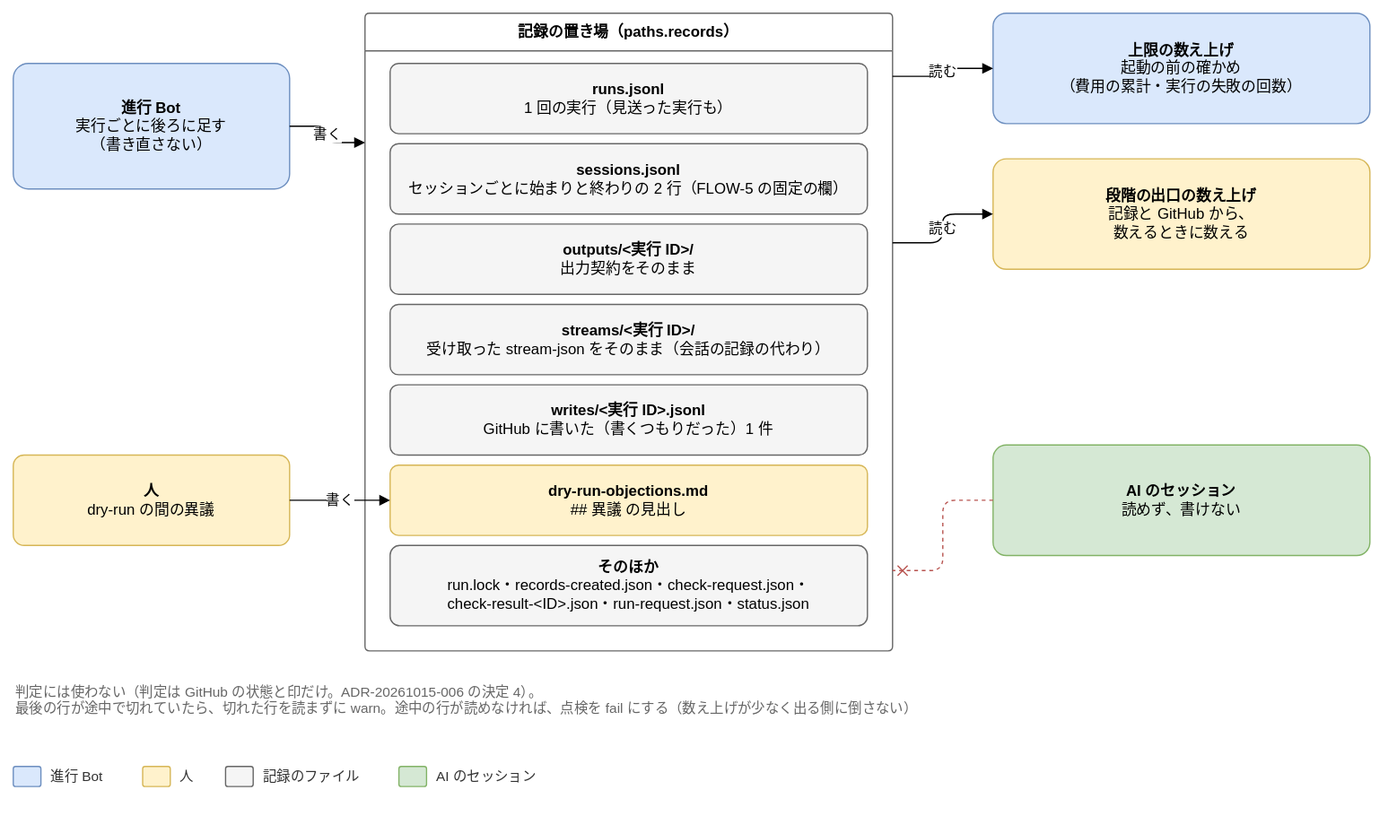
This is docs/design/basic/diagrams/02-records.drawio.svg from Joymerrevent/dev-autopilot, a draw.io export, as it was before one commit. Source tidied: cells renumbered, new cells last; positions are measured from the earlier drawing's top-left corner, leaving out a move shared by most shapes.
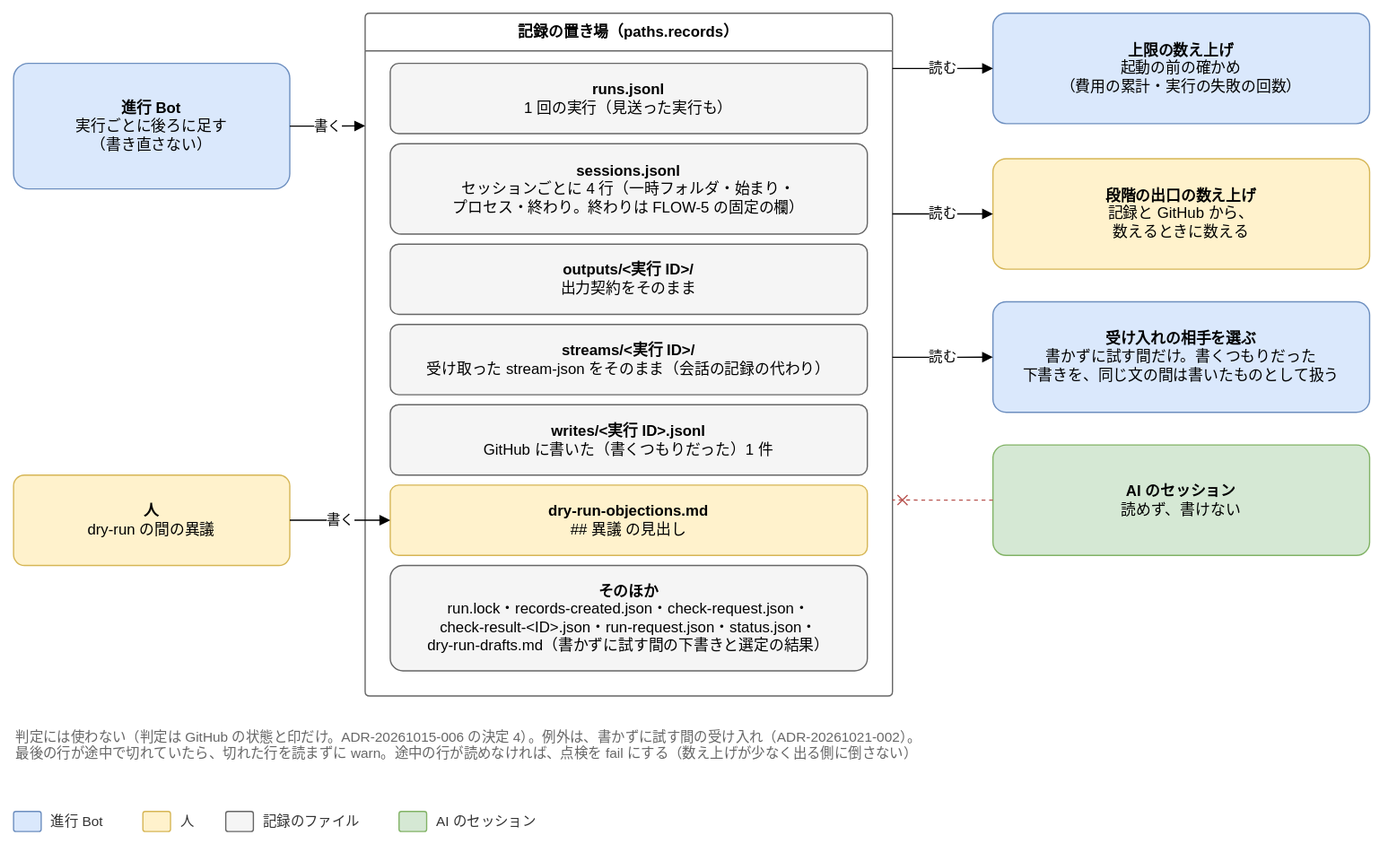
After the commit.

Change to the diagram source:
```diff
@@ -6,30 +6,30 @@
       <mxGeometry y="40" width="220" height="100" as="geometry" />
     </mxCell>
     <mxCell id="3" value="&lt;b&gt;人&lt;/b&gt;&lt;br&gt;dry-run の間の異議" style="rounded=1;whiteSpace=wrap;html=1;fontSize=12;arcSize=12;spacing=12;fillColor=#fff2cc;strokeColor=#d6b656;" parent="1" vertex="1">
-      <mxGeometry y="352" width="220" height="72" as="geometry" />
+      <mxGeometry y="368" width="220" height="72" as="geometry" />
     </mxCell>
     <mxCell id="4" value="記録の置き場（paths.records）" style="swimlane;startSize=30;html=1;whiteSpace=wrap;rounded=1;arcSize=4;fontStyle=1;fontSize=12;strokeColor=#666666;fillColor=none;swimlaneFillColor=none;" parent="1" vertex="1">
-      <mxGeometry x="280" width="420" height="508" as="geometry" />
+      <mxGeometry x="280" width="420" height="544" as="geometry" />
     </mxCell>
     <mxCell id="5" value="&lt;b&gt;runs.jsonl&lt;/b&gt;&lt;br&gt;1 回の実行（見送った実行も）" style="rounded=1;whiteSpace=wrap;html=1;fontSize=12;arcSize=12;spacing=12;fillColor=#f5f5f5;strokeColor=#666666;" parent="1" vertex="1">
       <mxGeometry x="300" y="40" width="380" height="56" as="geometry" />
     </mxCell>
-    <mxCell id="6" value="&lt;b&gt;sessions.jsonl&lt;/b&gt;&lt;br&gt;セッションごとに始まりと終わりの 2 行（FLOW-5 の固定の欄）" style="rounded=1;whiteSpace=wrap;html=1;fontSize=12;arcSize=12;spacing=12;fillColor=#f5f5f5;strokeColor=#666666;" parent="1" vertex="1">
-      <mxGeometry x="300" y="104" width="380" height="56" as="geometry" />
+    <mxCell id="6" value="&lt;b&gt;sessions.jsonl&lt;/b&gt;&lt;br&gt;セッションごとに 4 行（一時フォルダ・始まり・&lt;br&gt;プロセス・終わり。終わりは FLOW-5 の固定の欄）" style="rounded=1;whiteSpace=wrap;html=1;fontSize=12;arcSize=12;spacing=12;fillColor=#f5f5f5;strokeColor=#666666;" parent="1" vertex="1">
+      <mxGeometry x="300" y="104" width="380" height="72" as="geometry" />
     </mxCell>
     <mxCell id="7" value="&lt;b&gt;outputs/&amp;lt;実行 ID&amp;gt;/&lt;/b&gt;&lt;br&gt;出力契約をそのまま" style="rounded=1;whiteSpace=wrap;html=1;fontSize=12;arcSize=12;spacing=12;fillColor=#f5f5f5;strokeColor=#666666;" parent="1" vertex="1">
-      <mxGeometry x="300" y="168" width="380" height="56" as="geometry" />
+      <mxGeometry x="300" y="184" width="380" height="56" as="geometry" />
     </mxCell>
     <mxCell id="8" value="&lt;b&gt;streams/&amp;lt;実行 ID&amp;gt;/&lt;/b&gt;&lt;br&gt;受け取った stream-json をそのまま（会話の記録の代わり）" style="rounded=1;whiteSpace=wrap;html=1;fontSize=12;arcSize=12;spacing=12;fillColor=#f5f5f5;strokeColor=#666666;" parent="1" vertex="1">
-      <mxGeometry x="300" y="232" width="380" height="56" as="geometry" />
+      <mxGeometry x="300" y="248" width="380" height="56" as="geometry" />
     </mxCell>
     <mxCell id="9" value="&lt;b&gt;writes/&amp;lt;実行 ID&amp;gt;.jsonl&lt;/b&gt;&lt;br&gt;GitHub に書いた（書くつもりだった）1 件" style="rounded=1;whiteSpace=wrap;html=1;fontSize=12;arcSize=12;spacing=12;fillColor=#f5f5f5;strokeColor=#666666;" parent="1" vertex="1">
-      <mxGeometry x="300" y="296" width="380" height="56" as="geometry" />
+      <mxGeometry x="300" y="312" width="380" height="56" as="geometry" />
     </mxCell>
     <mxCell id="10" value="&lt;b&gt;dry-run-objections.md&lt;/b&gt;&lt;br&gt;## 異議 の見出し" style="rounded=1;whiteSpace=wrap;html=1;fontSize=12;arcSize=12;spacing=12;fillColor=#fff2cc;strokeColor=#d6b656;" parent="1" vertex="1">
-      <mxGeometry x="300" y="360" width="380" height="56" as="geometry" />
+      <mxGeometry x="300" y="376" width="380" height="56" as="geometry" />
     </mxCell>
-    <mxCell id="11" value="書く" style="edgeStyle=orthogonalEdgeStyle;rounded=1;html=1;endArrow=block;endFill=1;fontSize=11;labelBackgroundColor=#ffffff;exitX=1;exitY=0.5;exitDx=0;exitDy=0;entryX=0;entryY=0.203;entryDx=0;entryDy=0;" parent="1" edge="1" source="2" target="4">
+    <mxCell id="11" value="書く" style="edgeStyle=orthogonalEdgeStyle;rounded=1;html=1;endArrow=block;endFill=1;fontSize=11;labelBackgroundColor=#ffffff;exitX=1;exitY=0.5;exitDx=0;exitDy=0;entryX=0;entryDx=0;entryDy=0;entryY=0.165;" parent="1" edge="1" source="2" target="4">
       <mxGeometry relative="1" as="geometry" />
     </mxCell>
     <mxCell id="12" value="書く" style="edgeStyle=orthogonalEdgeStyle;rounded=1;html=1;endArrow=block;endFill=1;fontSize=11;labelBackgroundColor=#ffffff;exitX=1;exitY=0.5;exitDx=0;exitDy=0;entryX=0;entryY=0.5;entryDx=0;entryDy=0;" parent="1" edge="1" source="3" target="10">
@@ -44,44 +44,50 @@
     <mxCell id="15" value="&lt;b&gt;AI のセッション&lt;/b&gt;&lt;br&gt;読めず、書けない" style="rounded=1;whiteSpace=wrap;html=1;fontSize=12;arcSize=12;spacing=12;fillColor=#d5e8d4;strokeColor=#82b366;" parent="1" vertex="1">
       <mxGeometry x="780" y="344" width="300" height="88" as="geometry" />
     </mxCell>
-    <mxCell id="16" value="読む" style="edgeStyle=orthogonalEdgeStyle;rounded=1;html=1;endArrow=block;endFill=1;fontSize=11;labelBackgroundColor=#ffffff;exitX=1;exitY=0.099;exitDx=0;exitDy=0;entryX=0;entryY=0.5;entryDx=0;entryDy=0;" parent="1" edge="1" source="4" target="13">
+    <mxCell id="16" value="読む" style="edgeStyle=orthogonalEdgeStyle;rounded=1;html=1;endArrow=block;endFill=1;fontSize=11;labelBackgroundColor=#ffffff;exitX=1;exitDx=0;exitDy=0;entryX=0;entryY=0.5;entryDx=0;entryDy=0;exitY=0.081;" parent="1" edge="1" source="4" target="13">
       <mxGeometry relative="1" as="geometry" />
     </mxCell>
-    <mxCell id="17" value="読む" style="edgeStyle=orthogonalEdgeStyle;rounded=1;html=1;endArrow=block;endFill=1;fontSize=11;labelBackgroundColor=#ffffff;exitX=1;exitY=0.360;exitDx=0;exitDy=0;entryX=0;entryY=0.5;entryDx=0;entryDy=0;" parent="1" edge="1" source="4" target="14">
+    <mxCell id="17" value="読む" style="edgeStyle=orthogonalEdgeStyle;rounded=1;html=1;endArrow=block;endFill=1;fontSize=11;labelBackgroundColor=#ffffff;exitX=1;exitDx=0;exitDy=0;entryX=0;entryY=0.5;entryDx=0;entryDy=0;exitY=0.294;" parent="1" edge="1" source="4" target="14">
       <mxGeometry relative="1" as="geometry" />
     </mxCell>
-    <mxCell id="18" style="edgeStyle=orthogonalEdgeStyle;rounded=1;html=1;endArrow=block;endFill=1;fontSize=11;labelBackgroundColor=#ffffff;dashed=1;strokeColor=#b85450;fontColor=#b85450;endArrow=cross;endFill=0;exitX=0;exitY=0.5;exitDx=0;exitDy=0;entryX=1;entryY=0.874;entryDx=0;entryDy=0;" parent="1" edge="1" source="15" target="4">
+    <mxCell id="18" style="edgeStyle=orthogonalEdgeStyle;rounded=1;html=1;endArrow=block;endFill=1;fontSize=11;labelBackgroundColor=#ffffff;dashed=1;strokeColor=#b85450;fontColor=#b85450;endArrow=cross;endFill=0;exitX=0;exitY=0.5;exitDx=0;exitDy=0;entryX=1;entryDx=0;entryDy=0;entryY=0.713;" parent="1" edge="1" source="15" target="4">
       <mxGeometry relative="1" as="geometry" />
     </mxCell>
-    <mxCell id="19" value="判定には使わない（判定は GitHub の状態と印だけ。ADR-20261015-006 の決定 4）。&lt;br&gt;最後の行が途中で切れていたら、切れた行を読まずに warn。途中の行が読めなければ、点検を fail にする（数え上げが少なく出る側に倒さない）" style="text;html=1;whiteSpace=wrap;align=left;verticalAlign=top;fontSize=11;fontColor=#666666;" parent="1" vertex="1">
-      <mxGeometry y="528" width="1080" height="54" as="geometry" />
+    <mxCell id="19" value="判定には使わない（判定は GitHub の状態と印だけ。ADR-20261015-006 の決定 4）。例外は、書かずに試す間の受け入れ（ADR-20261021-002）。&lt;br&gt;最後の行が途中で切れていたら、切れた行を読まずに warn。途中の行が読めなければ、点検を fail にする（数え上げが少なく出る側に倒さない）" style="text;html=1;whiteSpace=wrap;align=left;verticalAlign=top;fontSize=11;fontColor=#666666;" parent="1" vertex="1">
+      <mxGeometry y="564" width="1080" height="54" as="geometry" />
     </mxCell>
-    <mxCell id="20" value="&lt;b&gt;そのほか&lt;/b&gt;&lt;br&gt;run.lock・records-created.json・check-request.json・&lt;br&gt;check-result-&amp;lt;ID&amp;gt;.json・run-request.json・status.json" style="rounded=1;whiteSpace=wrap;html=1;fontSize=12;arcSize=12;spacing=12;fillColor=#f5f5f5;strokeColor=#666666;" parent="1" vertex="1">
-      <mxGeometry x="300" y="424" width="380" height="64" as="geometry" />
+    <mxCell id="20" value="&lt;b&gt;そのほか&lt;/b&gt;&lt;br&gt;run.lock・records-created.json・check-request.json・&lt;br&gt;check-result-&amp;lt;ID&amp;gt;.json・run-request.json・status.json・&lt;br&gt;dry-run-drafts.md（書かずに試す間の下書きと選定の結果）" style="rounded=1;whiteSpace=wrap;html=1;fontSize=12;arcSize=12;spacing=12;fillColor=#f5f5f5;strokeColor=#666666;" parent="1" vertex="1">
+      <mxGeometry x="300" y="440" width="380" height="84" as="geometry" />
     </mxCell>
     <mxCell id="21" style="rounded=1;whiteSpace=wrap;html=1;fontSize=12;arcSize=12;spacing=12;fillColor=#dae8fc;strokeColor=#6c8ebf;" parent="1" vertex="1">
-      <mxGeometry y="600" width="22" height="16" as="geometry" />
+      <mxGeometry y="636" width="22" height="16" as="geometry" />
     </mxCell>
     <mxCell id="22" value="進行 Bot" style="text;html=1;align=left;verticalAlign=middle;fontSize=11;fontColor=#333333;" parent="1" vertex="1">
-      <mxGeometry x="28" y="598" width="59" height="20" as="geometry" />
+      <mxGeometry x="28" y="634" width="59" height="20" as="geometry" />
     </mxCell>
     <mxCell id="23" style="rounded=1;whiteSpace=wrap;html=1;fontSize=12;arcSize=12;spacing=12;fillColor=#fff2cc;strokeColor=#d6b656;" parent="1" vertex="1">
-      <mxGeometry x="103" y="600" width="22" height="16" as="geometry" />
+      <mxGeometry x="103" y="636" width="22" height="16" as="geometry" />
     </mxCell>
     <mxCell id="24" value="人" style="text;html=1;align=left;verticalAlign=middle;fontSize=11;fontColor=#333333;" parent="1" vertex="1">
-      <mxGeometry x="131" y="598" width="22" height="20" as="geometry" />
+      <mxGeometry x="131" y="634" width="22" height="20" as="geometry" />
     </mxCell>
     <mxCell id="25" style="rounded=1;whiteSpace=wrap;html=1;fontSize=12;arcSize=12;spacing=12;fillColor=#f5f5f5;strokeColor=#666666;" parent="1" vertex="1">
-      <mxGeometry x="169" y="600" width="22" height="16" as="geometry" />
+      <mxGeometry x="169" y="636" width="22" height="16" as="geometry" />
     </mxCell>
     <mxCell id="26" value="記録のファイル" style="text;html=1;align=left;verticalAlign=middle;fontSize=11;fontColor=#333333;" parent="1" vertex="1">
-      <mxGeometry x="197" y="598" width="94" height="20" as="geometry" />
+      <mxGeometry x="197" y="634" width="94" height="20" as="geometry" />
     </mxCell>
     <mxCell id="27" style="rounded=1;whiteSpace=wrap;html=1;fontSize=12;arcSize=12;spacing=12;fillColor=#d5e8d4;strokeColor=#82b366;" parent="1" vertex="1">
-      <mxGeometry x="307" y="600" width="22" height="16" as="geometry" />
+      <mxGeometry x="307" y="636" width="22" height="16" as="geometry" />
     </mxCell>
     <mxCell id="28" value="AI のセッション" style="text;html=1;align=left;verticalAlign=middle;fontSize=11;fontColor=#333333;" parent="1" vertex="1">
-      <mxGeometry x="335" y="598" width="100" height="20" as="geometry" />
+      <mxGeometry x="335" y="634" width="100" height="20" as="geometry" />
     </mxCell>
+    <mxCell id="29" value="&lt;b&gt;受け入れの相手を選ぶ&lt;/b&gt;&lt;br&gt;書かずに試す間だけ。書くつもりだった&lt;br&gt;下書きを、同じ文の間は書いたものとして扱う" style="rounded=1;whiteSpace=wrap;html=1;fontSize=12;arcSize=12;spacing=12;fillColor=#dae8fc;strokeColor=#6c8ebf;" parent="1" vertex="1">
+      <mxGeometry x="780" y="230" width="300" height="88" as="geometry" />
+    </mxCell>
+    <mxCell id="30" value="読む" style="edgeStyle=orthogonalEdgeStyle;rounded=1;html=1;endArrow=block;endFill=1;fontSize=11;labelBackgroundColor=#ffffff;exitX=1;exitY=0.504;exitDx=0;exitDy=0;entryX=0;entryY=0.5;entryDx=0;entryDy=0;" parent="1" edge="1" source="4" target="29">
+      <mxGeometry relative="1" as="geometry" />
+    </mxCell>
   </root>
 </mxGraphModel>
```
